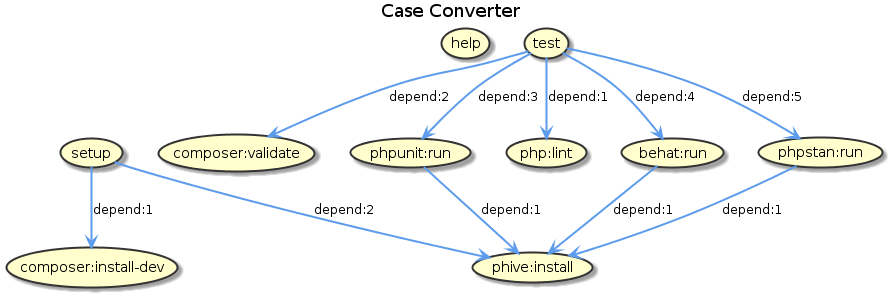
This is build.png from jawira/case-converter, a PlantUML export, as it was before one commit.
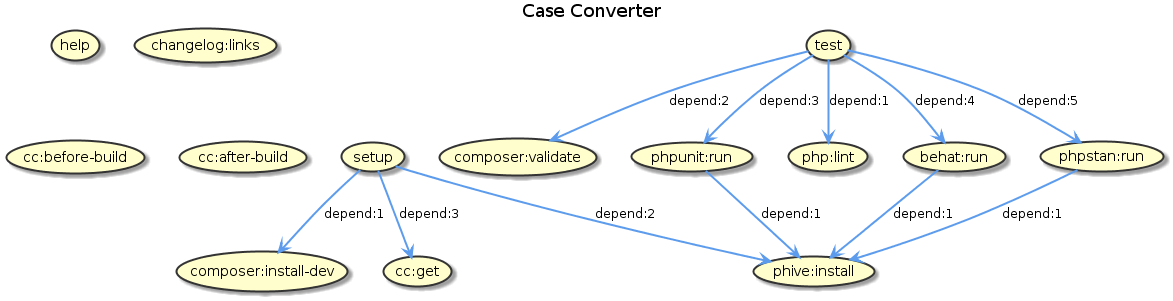
Above is the later version.

The edit, as a diff of the source:
```diff
@@ -17,10 +17,15 @@
 (behat:run)
 (phpstan:run)
 (phive:install)
+(changelog:links)
+(cc:get)
+(cc:before-build)
+(cc:after-build)
 
 
 (setup) -[#5D9CEC]-> (composer:install-dev) : depend:1
 (setup) -[#5D9CEC]-> (phive:install) : depend:2
+(setup) -[#5D9CEC]-> (cc:get) : depend:3
 (test) -[#5D9CEC]-> (php:lint) : depend:1
 (test) -[#5D9CEC]-> (composer:validate) : depend:2
 (test) -[#5D9CEC]-> (phpunit:run) : depend:3
```
